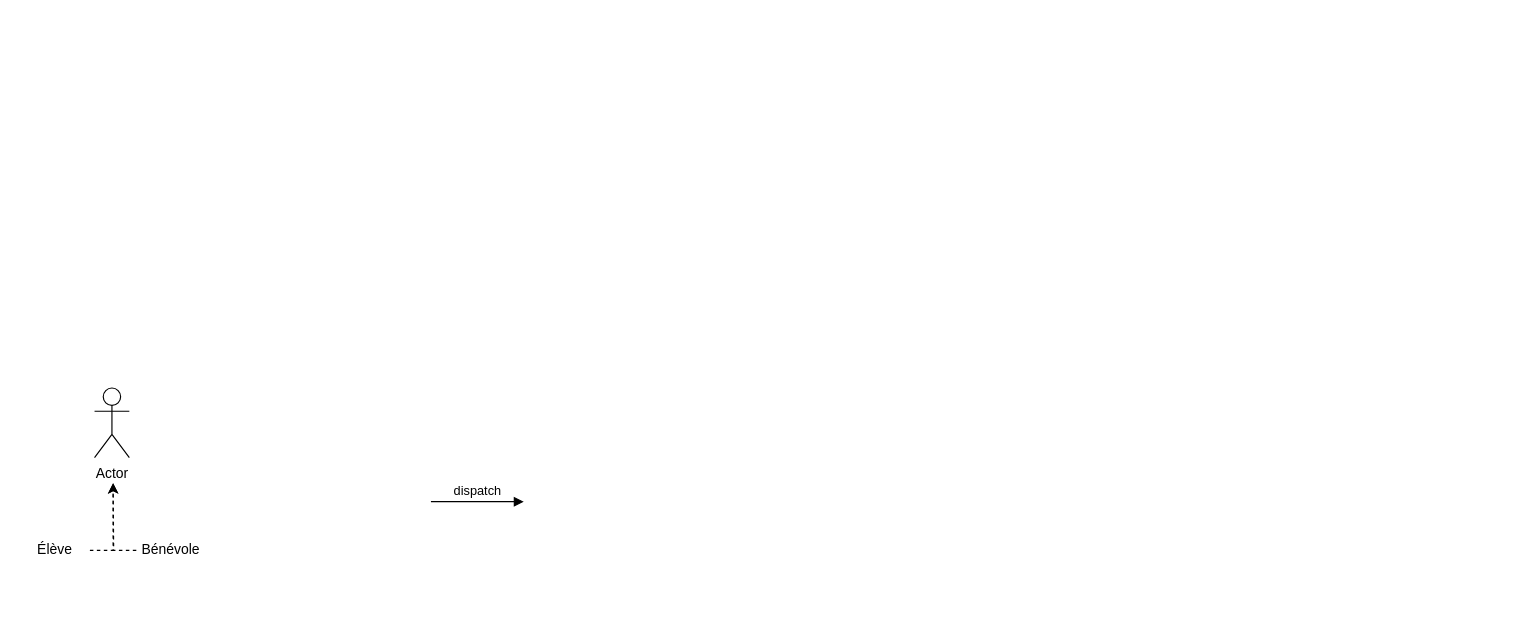
This is oc/oc10/cas_d_utilisation_connexion.drawio from tempetflamer/Assets, a draw.io file, before an edit. Source tidied: cells renumbered, new cells numbered last; positions are measured from the earlier drawing's top-left corner, leaving out a move shared by most shapes. Both pictures are drawn from the tidied source at 116%, with x=0, y=0 at pixel (20, 387).
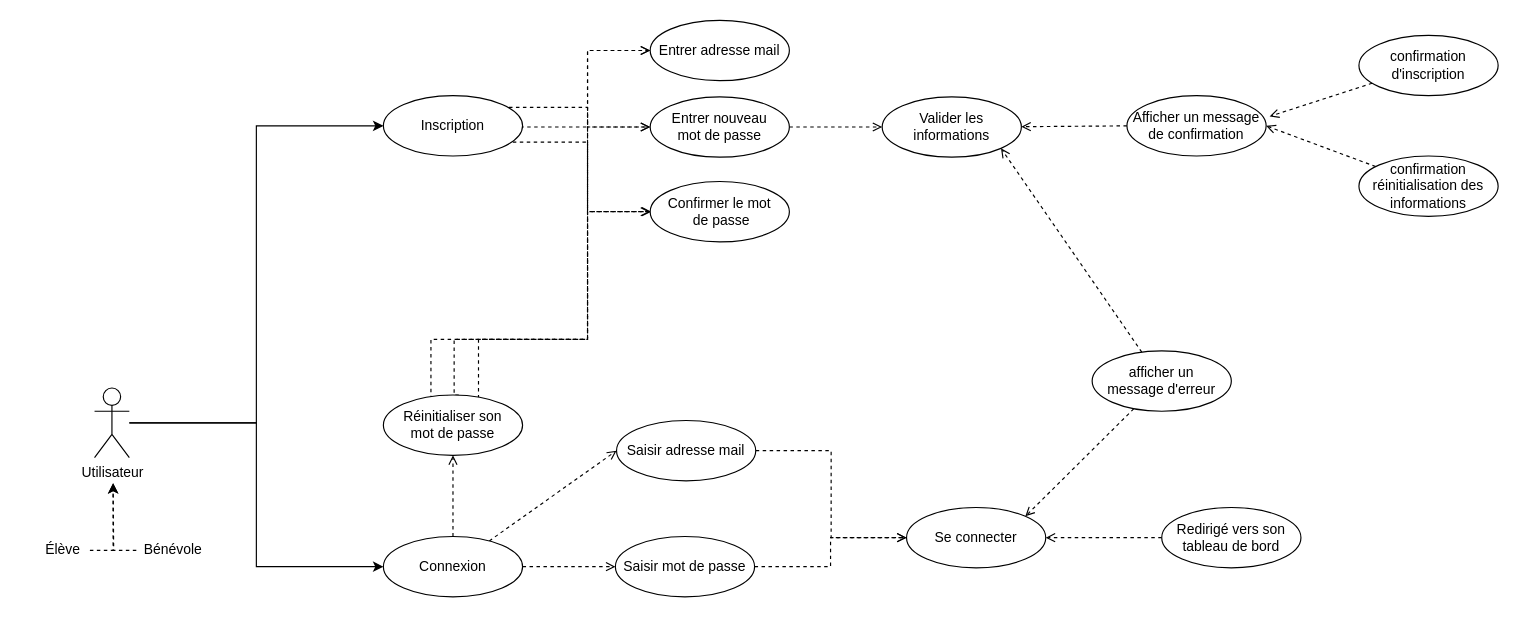
The same page after the edit.

Commit message:
Mettre à jour cas_d_utilisation_connexion.drawio

The edit, as a diff of the source:
```diff
@@
     <mxCell id="3" value="Élève" style="text;html=1;strokeColor=none;fillColor=none;align=center;verticalAlign=middle;whiteSpace=wrap;rounded=0;" parent="1" vertex="1">
-      <mxGeometry y="125" width="60" height="30" as="geometry" />
+      <mxGeometry x="14" y="125" width="46" height="30" as="geometry" />
     </mxCell>
@@
     <mxCell id="5" value="Bénévole" style="text;html=1;strokeColor=none;fillColor=none;align=center;verticalAlign=middle;whiteSpace=wrap;rounded=0;" parent="1" vertex="1">
-      <mxGeometry x="100" y="125" width="60" height="30" as="geometry" />
+      <mxGeometry x="100" y="125" width="64" height="30" as="geometry" />
     </mxCell>
-    <mxCell id="6" value="dispatch" style="html=1;verticalAlign=bottom;endArrow=block;edgeStyle=elbowEdgeStyle;elbow=vertical;curved=0;rounded=0;" parent="1" edge="1">
-      <mxGeometry relative="1" as="geometry">
-        <mxPoint x="354" y="98" as="sourcePoint" />
-        <mxPoint x="434" y="98" as="targetPoint" />
-      </mxGeometry>
-    </mxCell>
+    <mxCell id="8" style="edgeStyle=orthogonalEdgeStyle;rounded=0;jettySize=auto;html=1;entryX=0;entryY=0.5;entryDx=0;entryDy=0;" parent="1" edge="1" source="7" target="14">
+      <mxGeometry relative="1" as="geometry" />
+    </mxCell>
+    <mxCell id="9" style="edgeStyle=orthogonalEdgeStyle;rounded=0;jettySize=auto;html=1;entryX=0;entryY=0.5;entryDx=0;entryDy=0;" parent="1" edge="1" source="7" target="18">
+      <mxGeometry relative="1" as="geometry" />
+    </mxCell>
-    <mxCell id="7" value="Actor" style="shape=umlActor;verticalLabelPosition=bottom;verticalAlign=top;outlineConnect=0;labelPosition=center;align=center;html=1;shadow=0;" parent="1" vertex="1">
+    <mxCell id="7" value="Actor" style="shape=umlActor;verticalLabelPosition=bottom;verticalAlign=top;outlineConnect=0;labelPosition=center;align=center;html=1;shadow=0;overflow=visible;noLabel=1;" parent="1" vertex="1">
       <mxGeometry x="64" width="30" height="60" as="geometry" />
     </mxCell>
+    <mxCell id="10" value="Utilisateur" style="text;html=1;strokeColor=none;fillColor=none;align=center;verticalAlign=middle;whiteSpace=wrap;rounded=0;" parent="1" vertex="1">
+      <mxGeometry x="50" y="58" width="60" height="30" as="geometry" />
+    </mxCell>
+    <mxCell id="11" style="edgeStyle=none;rounded=0;jettySize=auto;html=1;dashed=1;strokeColor=default;fontColor=#000000;endArrow=open;endFill=0;exitX=0.5;exitY=0;exitDx=0;exitDy=0;" parent="1" edge="1" source="14" target="30">
+      <mxGeometry relative="1" as="geometry" />
+    </mxCell>
+    <mxCell id="12" style="edgeStyle=none;rounded=0;jettySize=auto;html=1;dashed=1;strokeColor=default;fontColor=#000000;endArrow=open;endFill=0;" parent="1" edge="1" source="14" target="20">
+      <mxGeometry relative="1" as="geometry" />
+    </mxCell>
+    <mxCell id="13" style="edgeStyle=none;rounded=0;jettySize=auto;html=1;entryX=0;entryY=0.5;entryDx=0;entryDy=0;dashed=1;strokeColor=default;fontColor=#000000;endArrow=open;endFill=0;" parent="1" edge="1" source="14" target="22">
+      <mxGeometry relative="1" as="geometry" />
+    </mxCell>
+    <mxCell id="14" value="Connexion" style="ellipse;whiteSpace=wrap;html=1;" parent="1" vertex="1">
+      <mxGeometry x="313" y="128" width="120" height="52" as="geometry" />
+    </mxCell>
+    <mxCell id="15" style="edgeStyle=orthogonalEdgeStyle;rounded=0;jettySize=auto;html=1;dashed=1;strokeColor=default;fontColor=#000000;endArrow=open;endFill=0;entryX=0;entryY=0.5;entryDx=0;entryDy=0;exitX=1;exitY=0.5;exitDx=0;exitDy=0;" parent="1" edge="1" target="34">
+      <mxGeometry relative="1" as="geometry">
+        <mxPoint x="432" y="-226" as="sourcePoint" />
+        <Array as="points">
+          <mxPoint x="432" y="-225" />
+          <mxPoint x="489" y="-225" />
+          <mxPoint x="489" y="-291" />
+        </Array>
+      </mxGeometry>
+    </mxCell>
+    <mxCell id="16" style="edgeStyle=orthogonalEdgeStyle;rounded=0;jettySize=auto;html=1;dashed=1;strokeColor=default;fontColor=#000000;endArrow=open;endFill=0;entryX=0;entryY=0.5;entryDx=0;entryDy=0;" parent="1" edge="1" target="36">
+      <mxGeometry relative="1" as="geometry">
+        <mxPoint x="421.3" y="-242" as="sourcePoint" />
+        <Array as="points">
+          <mxPoint x="489" y="-242" />
+          <mxPoint x="489" y="-225" />
+        </Array>
+      </mxGeometry>
+    </mxCell>
+    <mxCell id="17" style="edgeStyle=orthogonalEdgeStyle;rounded=0;orthogonalLoop=1;jettySize=auto;html=1;entryX=0;entryY=0.5;entryDx=0;entryDy=0;dashed=1;strokeColor=default;fontColor=#000000;endArrow=open;endFill=0;" parent="1" edge="1">
+      <mxGeometry relative="1" as="geometry">
+        <mxPoint x="424.6" y="-212" as="sourcePoint" />
+        <mxPoint x="544" y="-152" as="targetPoint" />
+        <Array as="points">
+          <mxPoint x="489" y="-212" />
+          <mxPoint x="489" y="-152" />
+        </Array>
+      </mxGeometry>
+    </mxCell>
+    <mxCell id="18" value="Inscription" style="ellipse;whiteSpace=wrap;html=1;" parent="1" vertex="1">
+      <mxGeometry x="313" y="-252" width="120" height="52" as="geometry" />
+    </mxCell>
+    <mxCell id="19" style="edgeStyle=orthogonalEdgeStyle;rounded=0;jettySize=auto;html=1;entryX=0;entryY=0.5;entryDx=0;entryDy=0;dashed=1;strokeColor=default;fontColor=#000000;endArrow=open;endFill=0;" parent="1" edge="1" source="20" target="23">
+      <mxGeometry relative="1" as="geometry" />
+    </mxCell>
+    <mxCell id="20" value="Saisir mot de passe" style="ellipse;whiteSpace=wrap;html=1;" parent="1" vertex="1">
+      <mxGeometry x="513" y="128" width="120" height="52" as="geometry" />
+    </mxCell>
+    <mxCell id="21" style="edgeStyle=orthogonalEdgeStyle;rounded=0;jettySize=auto;html=1;entryX=0;entryY=0.5;entryDx=0;entryDy=0;dashed=1;strokeColor=default;fontColor=#000000;endArrow=open;endFill=0;" parent="1" edge="1" source="22" target="23">
+      <mxGeometry relative="1" as="geometry" />
+    </mxCell>
+    <mxCell id="22" value="Saisir adresse mail" style="ellipse;whiteSpace=wrap;html=1;" parent="1" vertex="1">
+      <mxGeometry x="514" y="28" width="120" height="52" as="geometry" />
+    </mxCell>
+    <mxCell id="23" value="Se connecter" style="ellipse;whiteSpace=wrap;html=1;" parent="1" vertex="1">
+      <mxGeometry x="764" y="103" width="120" height="52" as="geometry" />
+    </mxCell>
+    <mxCell id="24" style="edgeStyle=none;rounded=0;jettySize=auto;html=1;dashed=1;strokeColor=default;fontColor=#000000;endArrow=open;endFill=0;entryX=1;entryY=0;entryDx=0;entryDy=0;" parent="1" edge="1" source="26" target="23">
+      <mxGeometry relative="1" as="geometry" />
+    </mxCell>
+    <mxCell id="25" style="edgeStyle=none;rounded=0;jettySize=auto;html=1;entryX=1;entryY=1;entryDx=0;entryDy=0;dashed=1;strokeColor=default;fontColor=#000000;endArrow=open;endFill=0;" parent="1" edge="1" source="26" target="39">
+      <mxGeometry relative="1" as="geometry" />
+    </mxCell>
+    <mxCell id="26" value="&lt;div&gt;afficher un &lt;br&gt;&lt;/div&gt;&lt;div&gt;message d'erreur&lt;/div&gt;" style="ellipse;whiteSpace=wrap;html=1;" parent="1" vertex="1">
+      <mxGeometry x="924" y="-32" width="120" height="52" as="geometry" />
+    </mxCell>
+    <mxCell id="27" style="edgeStyle=orthogonalEdgeStyle;rounded=0;orthogonalLoop=1;jettySize=auto;html=1;entryX=0;entryY=0.5;entryDx=0;entryDy=0;dashed=1;strokeColor=default;fontColor=#000000;endArrow=open;endFill=0;exitX=0.5;exitY=0;exitDx=0;exitDy=0;" parent="1" edge="1">
+      <mxGeometry relative="1" as="geometry">
+        <mxPoint x="378" y="6" as="sourcePoint" />
+        <mxPoint x="543" y="-225" as="targetPoint" />
+        <Array as="points">
+          <mxPoint x="374" y="6" />
+          <mxPoint x="374" y="-42" />
+          <mxPoint x="489" y="-42" />
+          <mxPoint x="489" y="-225" />
+        </Array>
+      </mxGeometry>
+    </mxCell>
+    <mxCell id="28" style="edgeStyle=orthogonalEdgeStyle;rounded=0;jettySize=auto;html=1;entryX=0;entryY=0.5;entryDx=0;entryDy=0;dashed=1;strokeColor=default;fontColor=#000000;endArrow=open;endFill=0;exitX=0.5;exitY=0;exitDx=0;exitDy=0;" parent="1" edge="1" target="34">
+      <mxGeometry relative="1" as="geometry">
+        <mxPoint x="368" y="6" as="sourcePoint" />
+        <Array as="points">
+          <mxPoint x="368" y="18" />
+          <mxPoint x="395" y="18" />
+          <mxPoint x="395" y="-42" />
+          <mxPoint x="489" y="-42" />
+          <mxPoint x="489" y="-291" />
+        </Array>
+      </mxGeometry>
+    </mxCell>
+    <mxCell id="29" style="edgeStyle=orthogonalEdgeStyle;rounded=0;orthogonalLoop=1;jettySize=auto;html=1;entryX=0;entryY=0.5;entryDx=0;entryDy=0;dashed=1;strokeColor=default;fontColor=#000000;endArrow=open;endFill=0;exitX=0.724;exitY=0.083;exitDx=0;exitDy=0;exitPerimeter=0;" parent="1" edge="1">
+      <mxGeometry relative="1" as="geometry">
+        <mxPoint x="391.9" y="10.3" as="sourcePoint" />
+        <mxPoint x="543" y="-152" as="targetPoint" />
+        <Array as="points">
+          <mxPoint x="392" y="18" />
+          <mxPoint x="354" y="18" />
+          <mxPoint x="354" y="-42" />
+          <mxPoint x="489" y="-42" />
+          <mxPoint x="489" y="-152" />
+        </Array>
+      </mxGeometry>
+    </mxCell>
+    <mxCell id="30" value="&lt;div&gt;Réinitialiser son &lt;br&gt;&lt;/div&gt;&lt;div&gt;mot de passe&lt;/div&gt;" style="ellipse;whiteSpace=wrap;html=1;" parent="1" vertex="1">
+      <mxGeometry x="313" y="6" width="120" height="52" as="geometry" />
+    </mxCell>
+    <mxCell id="31" style="edgeStyle=none;rounded=0;jettySize=auto;html=1;dashed=1;strokeColor=default;fontColor=#000000;endArrow=open;endFill=0;" parent="1" edge="1" source="32" target="23">
+      <mxGeometry relative="1" as="geometry" />
+    </mxCell>
+    <mxCell id="32" value="Redirigé vers son tableau de bord" style="ellipse;whiteSpace=wrap;html=1;" parent="1" vertex="1">
+      <mxGeometry x="984" y="103" width="120" height="52" as="geometry" />
+    </mxCell>
+    <mxCell id="33" value="&lt;div&gt;Confirmer le mot&lt;/div&gt;&lt;div&gt;&amp;nbsp;de passe&lt;/div&gt;" style="ellipse;whiteSpace=wrap;html=1;" parent="1" vertex="1">
+      <mxGeometry x="543" y="-178" width="120" height="52" as="geometry" />
+    </mxCell>
+    <mxCell id="34" value="Entrer adresse mail" style="ellipse;whiteSpace=wrap;html=1;" parent="1" vertex="1">
+      <mxGeometry x="543" y="-317" width="120" height="52" as="geometry" />
+    </mxCell>
+    <mxCell id="35" style="edgeStyle=none;rounded=0;jettySize=auto;html=1;dashed=1;strokeColor=default;fontColor=#000000;endArrow=open;endFill=0;" parent="1" edge="1" source="36" target="39">
+      <mxGeometry relative="1" as="geometry" />
+    </mxCell>
+    <mxCell id="36" value="&lt;div&gt;Entrer nouveau &lt;br&gt;&lt;/div&gt;&lt;div&gt;mot de passe&lt;/div&gt;" style="ellipse;whiteSpace=wrap;html=1;" parent="1" vertex="1">
+      <mxGeometry x="543" y="-251" width="120" height="52" as="geometry" />
+    </mxCell>
+    <mxCell id="37" style="edgeStyle=none;rounded=0;jettySize=auto;html=1;dashed=1;strokeColor=default;fontColor=#000000;endArrow=open;endFill=0;" parent="1" edge="1" source="38" target="39">
+      <mxGeometry relative="1" as="geometry" />
+    </mxCell>
+    <mxCell id="38" value="&lt;div&gt;Afficher un message&lt;/div&gt;&lt;div&gt;de confirmation&lt;br&gt;&lt;/div&gt;" style="ellipse;whiteSpace=wrap;html=1;" parent="1" vertex="1">
+      <mxGeometry x="954" y="-252" width="120" height="52" as="geometry" />
+    </mxCell>
+    <mxCell id="39" value="Valider les informations" style="ellipse;whiteSpace=wrap;html=1;" parent="1" vertex="1">
+      <mxGeometry x="743" y="-251" width="120" height="52" as="geometry" />
+    </mxCell>
+    <mxCell id="40" style="edgeStyle=none;rounded=0;jettySize=auto;html=1;entryX=1.025;entryY=0.343;entryDx=0;entryDy=0;entryPerimeter=0;dashed=1;strokeColor=default;fontColor=#000000;endArrow=open;endFill=0;" parent="1" edge="1" source="41" target="38">
+      <mxGeometry relative="1" as="geometry" />
+    </mxCell>
+    <mxCell id="41" value="&lt;div&gt;confirmation d'inscription&lt;br&gt;&lt;/div&gt;" style="ellipse;whiteSpace=wrap;html=1;" parent="1" vertex="1">
+      <mxGeometry x="1154" y="-304" width="120" height="52" as="geometry" />
+    </mxCell>
+    <mxCell id="42" style="edgeStyle=none;rounded=0;jettySize=auto;html=1;entryX=1;entryY=0.5;entryDx=0;entryDy=0;dashed=1;strokeColor=default;fontColor=#000000;endArrow=open;endFill=0;" parent="1" edge="1" source="43" target="38">
+      <mxGeometry relative="1" as="geometry" />
+    </mxCell>
+    <mxCell id="43" value="&lt;div&gt;confirmation réinitialisation des informations&lt;br&gt;&lt;/div&gt;" style="ellipse;whiteSpace=wrap;html=1;" parent="1" vertex="1">
+      <mxGeometry x="1154" y="-200" width="120" height="52" as="geometry" />
+    </mxCell>
```
